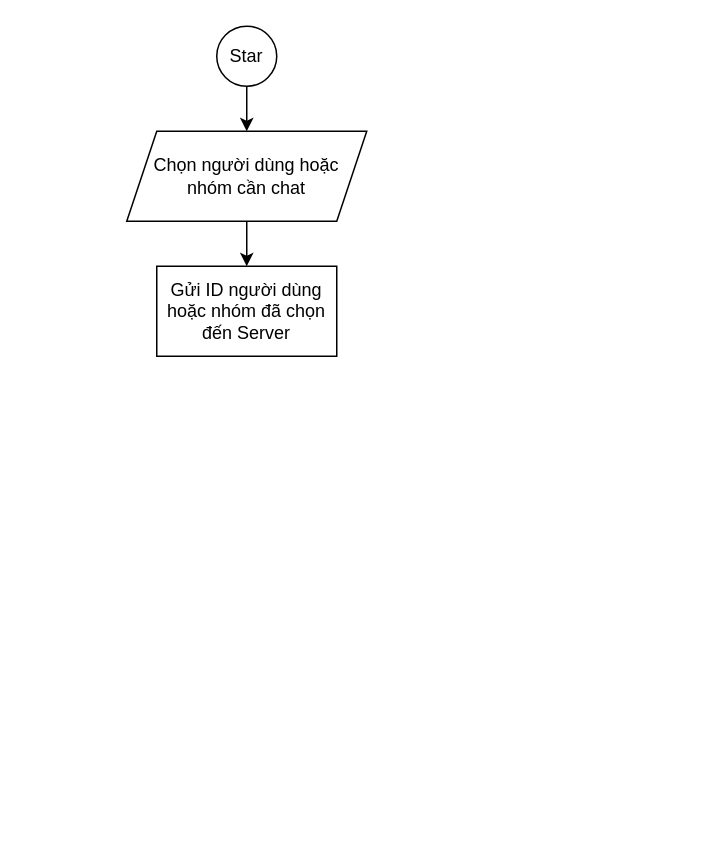
This is Untitled Diagram.drawio from lqdoan0211/thnnBLU, a draw.io file, before an edit. Source tidied: cells renumbered, new cells numbered last; positions are measured from the earlier drawing's top-left corner, leaving out a move shared by most shapes. Both pictures are drawn from the tidied source at 150%, with x=0, y=0 at pixel (126, 26).
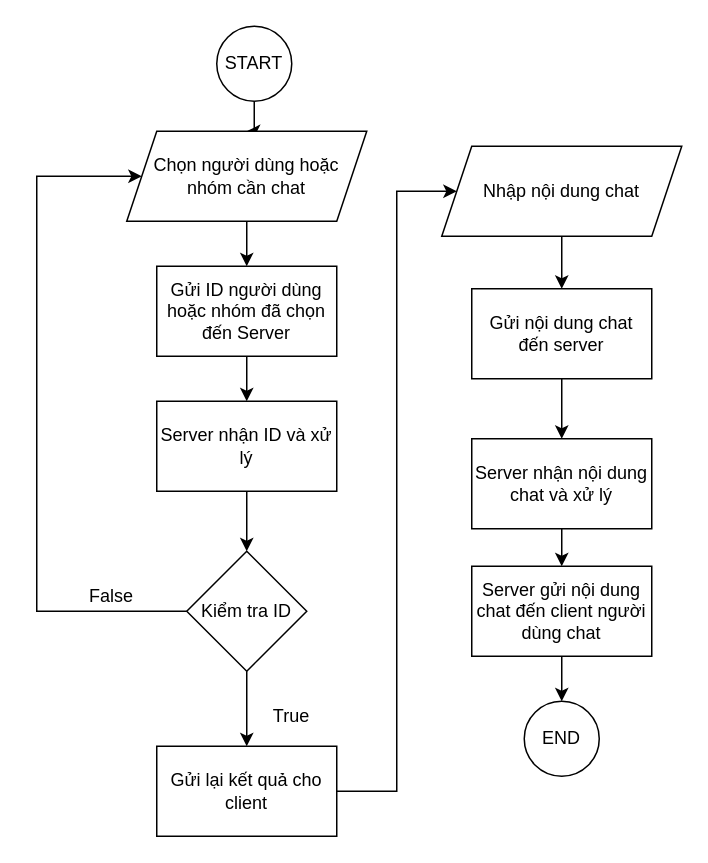
The same page after the edit.

Unchanged cells that the change refers to:
```xml
<mxCell id="5" value="Chọn người dùng hoặc &lt;br&gt;nhóm cần chat" style="shape=parallelogram;perimeter=parallelogramPerimeter;whiteSpace=wrap;html=1;fixedSize=1;" parent="1" vertex="1">
  <mxGeometry y="70" width="160" height="60" as="geometry" />
</mxCell>
<mxCell id="6" value="Gửi ID người dùng hoặc nhóm đã chọn đến Server" style="whiteSpace=wrap;html=1;" parent="1" vertex="1">
  <mxGeometry x="20" y="160" width="120" height="60" as="geometry" />
</mxCell>
```

The edit, as a diff of the source:
```diff
@@
-    <mxCell id="3" value="Star" style="ellipse;whiteSpace=wrap;html=1;" parent="1" vertex="1">
-      <mxGeometry x="60" width="40" height="40" as="geometry" />
+    <mxCell id="3" value="START" style="ellipse;whiteSpace=wrap;html=1;" parent="1" vertex="1">
+      <mxGeometry x="60" width="50" height="50" as="geometry" />
     </mxCell>
@@
+    <mxCell id="7" style="edgeStyle=orthogonalEdgeStyle;rounded=0;jettySize=auto;html=1;" parent="1" edge="1" source="6" target="9">
+      <mxGeometry relative="1" as="geometry" />
+    </mxCell>
@@
+    <mxCell id="8" style="edgeStyle=orthogonalEdgeStyle;rounded=0;jettySize=auto;html=1;" parent="1" edge="1" source="9" target="12">
+      <mxGeometry relative="1" as="geometry" />
+    </mxCell>
+    <mxCell id="9" value="Server nhận ID và xử lý" style="whiteSpace=wrap;html=1;" parent="1" vertex="1">
+      <mxGeometry x="20" y="250" width="120" height="60" as="geometry" />
+    </mxCell>
+    <mxCell id="10" style="edgeStyle=orthogonalEdgeStyle;rounded=0;jettySize=auto;html=1;" parent="1" edge="1" source="12" target="14">
+      <mxGeometry relative="1" as="geometry" />
+    </mxCell>
+    <mxCell id="11" style="edgeStyle=orthogonalEdgeStyle;rounded=0;jettySize=auto;html=1;entryX=0;entryY=0.5;entryDx=0;entryDy=0;" parent="1" edge="1" source="12" target="5">
+      <mxGeometry relative="1" as="geometry">
+        <Array as="points">
+          <mxPoint x="-60" y="390" />
+          <mxPoint x="-60" y="100" />
+        </Array>
+      </mxGeometry>
+    </mxCell>
+    <mxCell id="12" value="Kiểm tra ID" style="rhombus;whiteSpace=wrap;html=1;" parent="1" vertex="1">
+      <mxGeometry x="40" y="350" width="80" height="80" as="geometry" />
+    </mxCell>
+    <mxCell id="13" style="edgeStyle=orthogonalEdgeStyle;rounded=0;jettySize=auto;html=1;" parent="1" edge="1" source="14" target="18">
+      <mxGeometry relative="1" as="geometry">
+        <Array as="points">
+          <mxPoint x="180" y="510" />
+          <mxPoint x="180" y="110" />
+        </Array>
+      </mxGeometry>
+    </mxCell>
+    <mxCell id="14" value="Gửi lại kết quả cho client" style="whiteSpace=wrap;html=1;" parent="1" vertex="1">
+      <mxGeometry x="20" y="480" width="120" height="60" as="geometry" />
+    </mxCell>
+    <mxCell id="15" value="True" style="text;html=1;strokeColor=none;fillColor=none;align=center;verticalAlign=middle;whiteSpace=wrap;rounded=0;" parent="1" vertex="1">
+      <mxGeometry x="90" y="450" width="40" height="20" as="geometry" />
+    </mxCell>
+    <mxCell id="16" value="False" style="text;html=1;strokeColor=none;fillColor=none;align=center;verticalAlign=middle;whiteSpace=wrap;rounded=0;" parent="1" vertex="1">
+      <mxGeometry x="-30" y="370" width="40" height="20" as="geometry" />
+    </mxCell>
+    <mxCell id="17" style="edgeStyle=orthogonalEdgeStyle;rounded=0;jettySize=auto;html=1;" parent="1" edge="1" source="18" target="20">
+      <mxGeometry relative="1" as="geometry" />
+    </mxCell>
+    <mxCell id="18" value="Nhập nội dung chat" style="shape=parallelogram;perimeter=parallelogramPerimeter;whiteSpace=wrap;html=1;fixedSize=1;" parent="1" vertex="1">
+      <mxGeometry x="210" y="80" width="160" height="60" as="geometry" />
+    </mxCell>
+    <mxCell id="19" style="edgeStyle=orthogonalEdgeStyle;rounded=0;jettySize=auto;html=1;" parent="1" edge="1" source="20" target="22">
+      <mxGeometry relative="1" as="geometry" />
+    </mxCell>
+    <mxCell id="20" value="Gửi nội dung chat đến server" style="whiteSpace=wrap;html=1;" parent="1" vertex="1">
+      <mxGeometry x="230" y="175" width="120" height="60" as="geometry" />
+    </mxCell>
+    <mxCell id="21" style="edgeStyle=orthogonalEdgeStyle;rounded=0;jettySize=auto;html=1;" parent="1" edge="1" source="22" target="23">
+      <mxGeometry relative="1" as="geometry" />
+    </mxCell>
+    <mxCell id="22" value="Server nhận nội dung chat và xử lý" style="whiteSpace=wrap;html=1;" parent="1" vertex="1">
+      <mxGeometry x="230" y="275" width="120" height="60" as="geometry" />
+    </mxCell>
+    <mxCell id="23" value="Server gửi nội dung chat đến client người dùng chat" style="whiteSpace=wrap;html=1;" parent="1" vertex="1">
+      <mxGeometry x="230" y="360" width="120" height="60" as="geometry" />
+    </mxCell>
+    <mxCell id="24" value="END" style="ellipse;whiteSpace=wrap;html=1;" parent="1" vertex="1">
+      <mxGeometry x="265" y="450" width="50" height="50" as="geometry" />
+    </mxCell>
+    <mxCell id="25" style="endArrow=classic;html=1;exitX=0.5;exitY=1;exitDx=0;exitDy=0;entryX=0.5;entryY=0;entryDx=0;entryDy=0;" parent="1" edge="1" source="23" target="24">
+      <mxGeometry relative="1" as="geometry" />
+    </mxCell>
```
